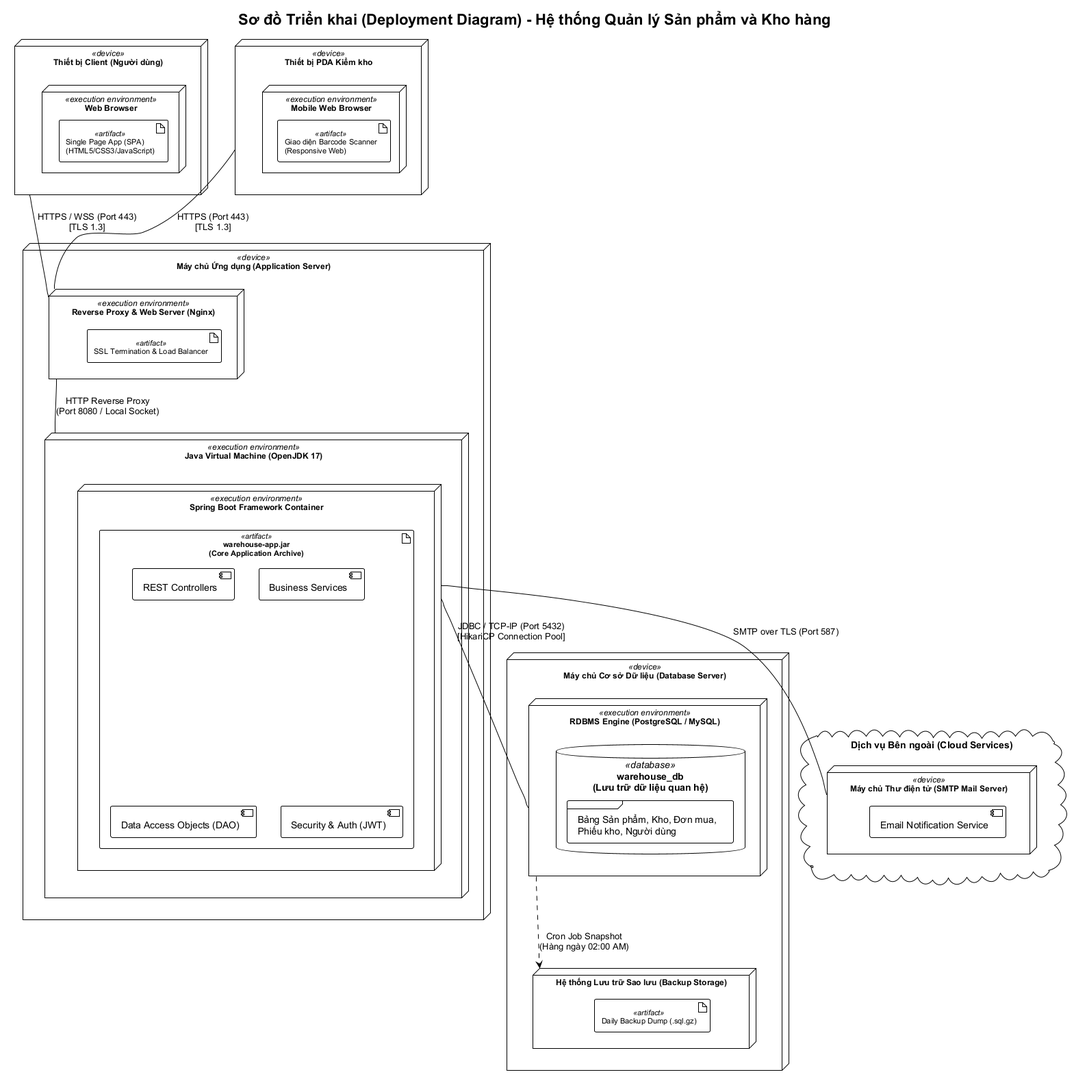
vuhoabinh2416137/G8_Quanlysanphamvakhohang keeps this PlantUML diagram as BTL-QuanLyKhoHang/diagrams/deployment-diagram.png. Above is the earlier version.
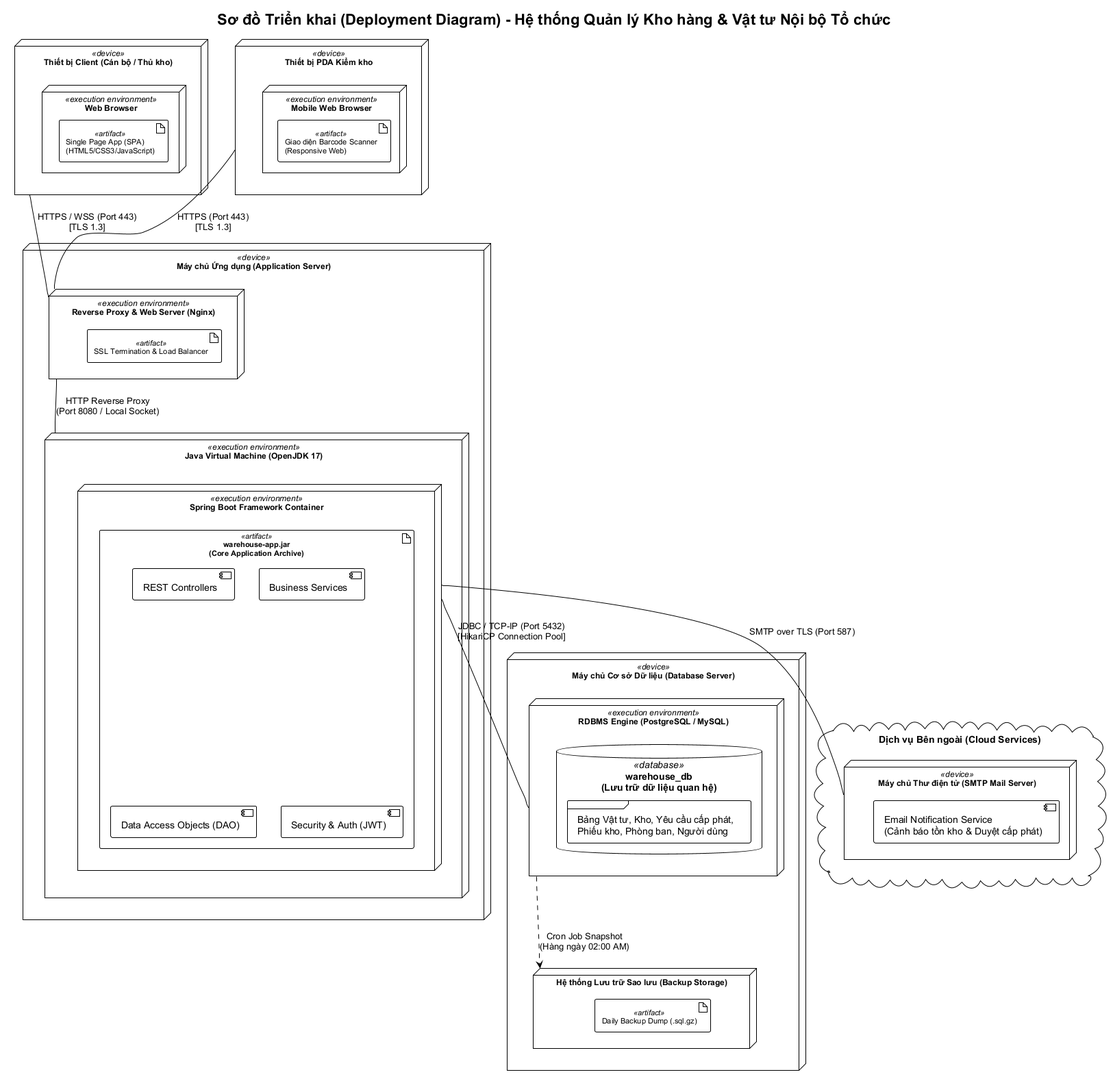
After the change.

What changed in the source:
```diff
@@ -4,9 +4,9 @@
 skinparam artifactFontSize 11
 skinparam defaultFontName "Arial"
 
-title Sơ đồ Triển khai (Deployment Diagram) - Hệ thống Quản lý Sản phẩm và Kho hàng
+title Sơ đồ Triển khai (Deployment Diagram) - Hệ thống Quản lý Kho hàng & Vật tư Nội bộ Tổ chức
 
-node "Thiết bị Client (Người dùng)" as ClientDevice <<device>> {
+node "Thiết bị Client (Cán bộ / Thủ kho)" as ClientDevice <<device>> {
     node "Web Browser" <<execution environment>> {
         artifact "Single Page App (SPA)\n(HTML5/CSS3/JavaScript)" as WebApp <<artifact>>
     }
@@ -38,7 +38,7 @@
 node "Máy chủ Cơ sở Dữ liệu (Database Server)" as DBServer <<device>> {
     node "RDBMS Engine (PostgreSQL / MySQL)" as DBMS <<execution environment>> {
         database "warehouse_db\n(Lưu trữ dữ liệu quan hệ)" as DB <<database>> {
-            frame "Bảng Sản phẩm, Kho, Đơn mua,\nPhiếu kho, Người dùng" as Tables
+            frame "Bảng Vật tư, Kho, Yêu cầu cấp phát,\nPhiếu kho, Phòng ban, Người dùng" as Tables
         }
     }
     node "Hệ thống Lưu trữ Sao lưu (Backup Storage)" as BackupStorage {
@@ -48,7 +48,7 @@
 
 cloud "Dịch vụ Bên ngoài (Cloud Services)" as CloudServices {
     node "Máy chủ Thư điện tử (SMTP Mail Server)" as MailServer <<device>> {
-        component "Email Notification Service" as SMTP
+        component "Email Notification Service\n(Cảnh báo tồn kho & Duyệt cấp phát)" as SMTP
     }
 }
 
```
